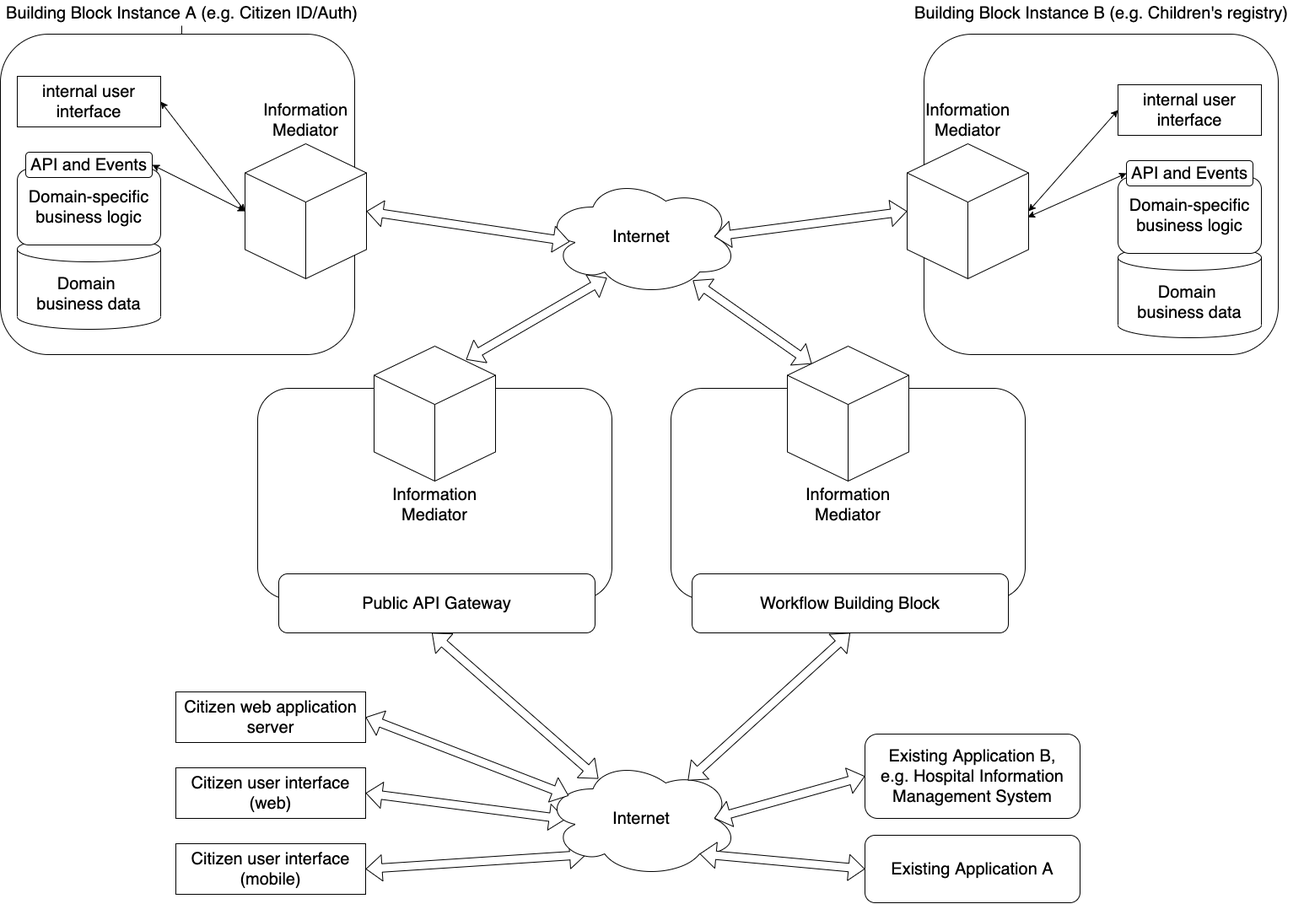
Earlier version of the draw.io export diagrams/information_mediator.png (GovStackWorkingGroup/BuildingBlockAPI). Source tidied: cells renumbered, new cells last; positions are measured from the earlier drawing's top-left corner, leaving out a move shared by most shapes.
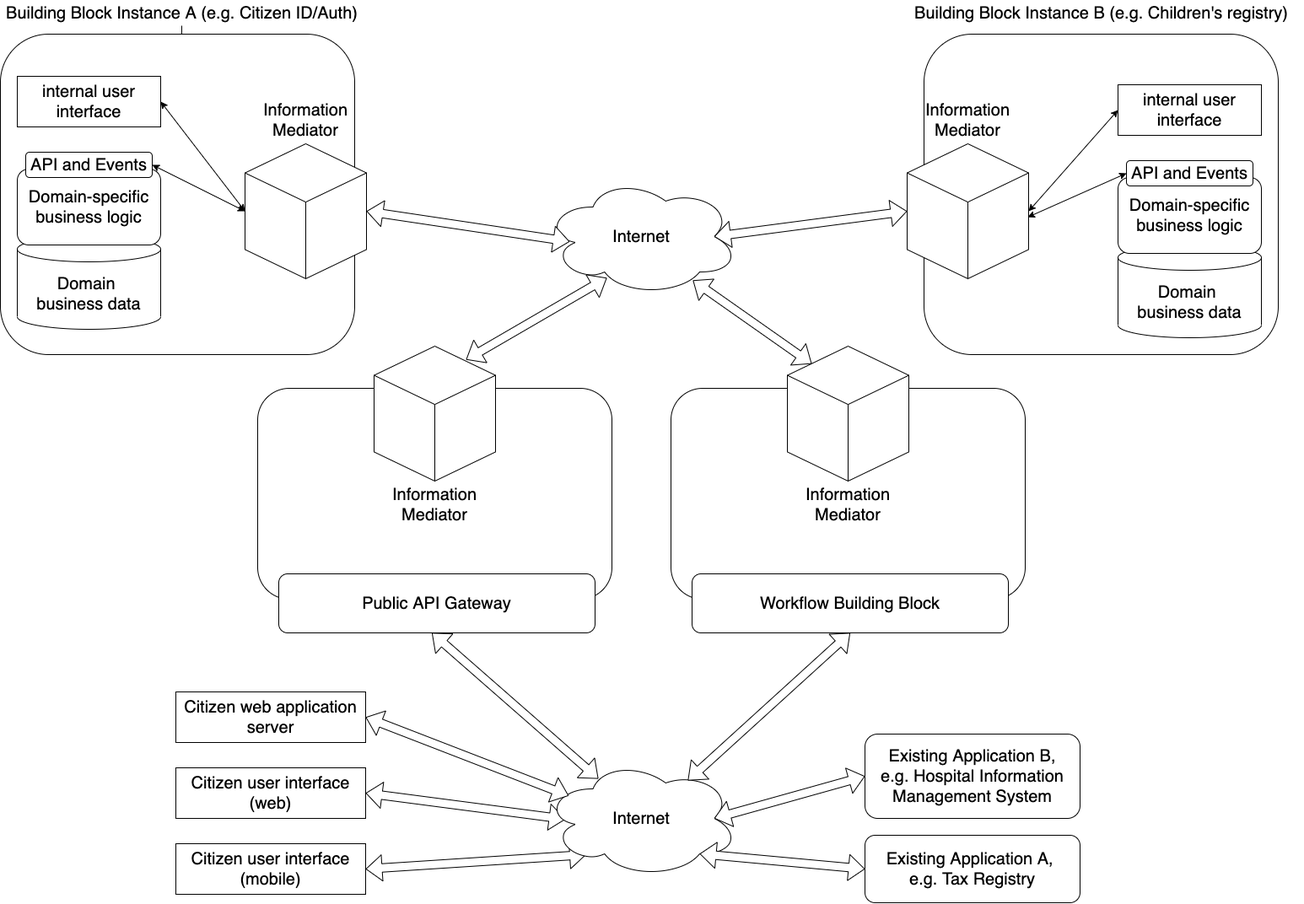
After the commit.

What changed in the source:
```diff
@@ -38,7 +38,7 @@
     <mxCell id="13" style="shape=flexArrow;endArrow=classic;html=1;fontSize=20;startArrow=block;entryX=0.278;entryY=0.164;entryDx=0;entryDy=0;entryPerimeter=0;fillColor=#ffffff;exitX=0.484;exitY=1;exitDx=0;exitDy=0;exitPerimeter=0;" parent="1" edge="1" source="41" target="10">
       <mxGeometry relative="1" as="geometry" />
     </mxCell>
-    <mxCell id="14" value="&lt;font style=&quot;font-size: 20px&quot;&gt;Existing Application A&lt;/font&gt;" style="rounded=1;whiteSpace=wrap;html=1;" parent="1" vertex="1">
+    <mxCell id="14" value="&lt;font style=&quot;font-size: 20px&quot;&gt;Existing Application A, &lt;br&gt;e.g. Tax Registry&lt;/font&gt;" style="rounded=1;whiteSpace=wrap;html=1;" parent="1" vertex="1">
       <mxGeometry x="1025" y="990" width="255" height="80" as="geometry" />
     </mxCell>
     <mxCell id="15" style="shape=flexArrow;endArrow=classic;html=1;fontSize=20;startArrow=block;fillColor=#ffffff;entryX=0.8;entryY=0.8;entryDx=0;entryDy=0;entryPerimeter=0;exitX=0;exitY=0.5;exitDx=0;exitDy=0;" parent="1" edge="1" source="14" target="10">
```
